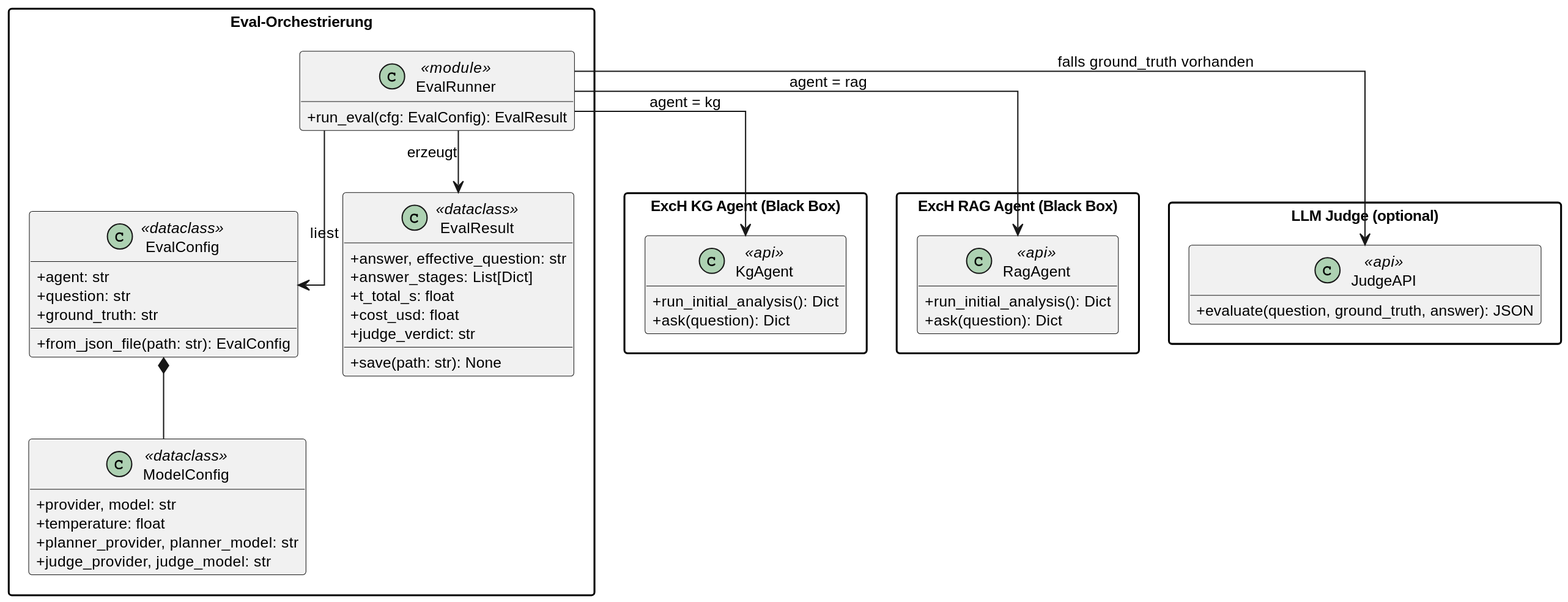
The PlantUML diagram out/UML-Diagrams/Evaluation/eval_overview_diagram/eval_overview_diagram.svg in verkal1999/Manufacturing-ExcH-Agents, before a commit. Source of this version:
```plantuml
@startuml
set namespaceSeparator none

skinparam classAttributeIconSize 0
skinparam packageStyle rectangle
skinparam shadowing false
skinparam linetype ortho
skinparam dpi 140
skinparam ranksep 50
skinparam nodesep 36
skinparam DefaultFontSize 12
skinparam packageTitleFontSize 13
skinparam classFontSize 12
hide empty members
top to bottom direction
scale max 1400 width


package "Eval-Orchestrierung" {

  class ModelConfig <<dataclass>> {
    +provider, model: str
    +temperature: float
    +planner_provider, planner_model: str
    +judge_provider, judge_model: str
  }
  class EvalConfig <<dataclass>> {
    +agent: str
    +question: str
    +ground_truth: str
    +from_json_file(path: str): EvalConfig
  }

  class EvalRunner <<module>> {
    +run_eval(cfg: EvalConfig): EvalResult
  }

  class EvalResult <<dataclass>> {
    +answer, effective_question: str
    +answer_stages: List[Dict]
    +t_total_s: float
    +cost_usd: float
    +judge_verdict: str
    +save(path: str): None
  }

  EvalConfig *-- ModelConfig
  EvalRunner --> EvalConfig : liest
  EvalRunner --> EvalResult : erzeugt
}

package "ExcH KG Agent (Black Box)" {
  class KgAgent <<api>> {
    +run_initial_analysis(): Dict
    +ask(question): Dict
  }
}

package "ExcH RAG Agent (Black Box)" {
  class RagAgent <<api>> {
    +run_initial_analysis(): Dict
    +ask(question): Dict
  }
}

package "LLM Judge (optional)" {
  class JudgeAPI <<api>> {
    +evaluate(question, ground_truth, answer): JSON
  }
}

EvalRunner --> KgAgent : agent = kg
EvalRunner --> RagAgent : agent = rag
EvalRunner --> JudgeAPI : falls ground_truth vorhanden
@enduml
```
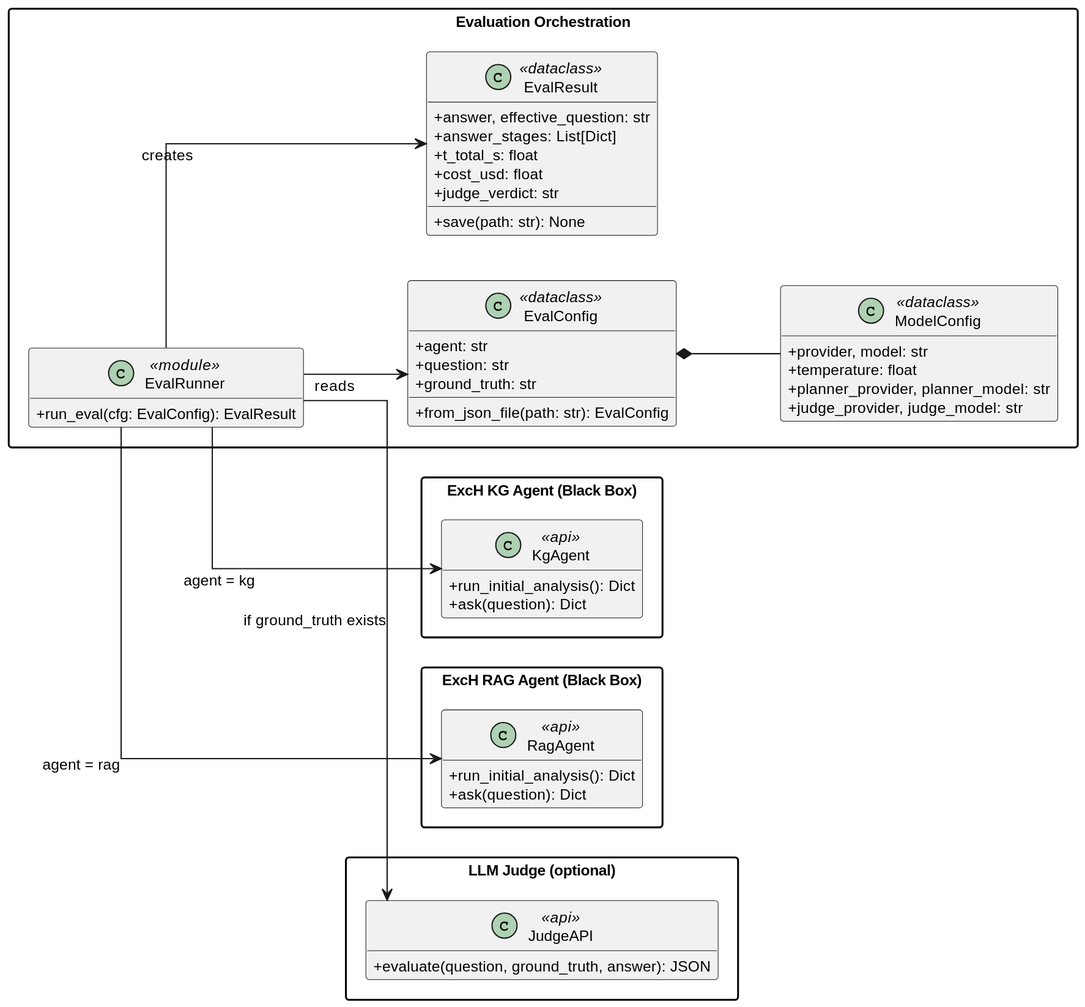
Later version of the same file.

The edit, as a diff of the source:
```diff
@@ -12,11 +12,11 @@
 skinparam packageTitleFontSize 13
 skinparam classFontSize 12
 hide empty members
-top to bottom direction
+left to right direction
 scale max 1400 width
 
 
-package "Eval-Orchestrierung" {
+package "Evaluation Orchestration" {
 
   class ModelConfig <<dataclass>> {
     +provider, model: str
@@ -45,8 +45,8 @@
   }
 
   EvalConfig *-- ModelConfig
-  EvalRunner --> EvalConfig : liest
-  EvalRunner --> EvalResult : erzeugt
+  EvalRunner --> EvalConfig : reads
+  EvalRunner --> EvalResult : creates
 }
 
 package "ExcH KG Agent (Black Box)" {
@@ -71,5 +71,5 @@
 
 EvalRunner --> KgAgent : agent = kg
 EvalRunner --> RagAgent : agent = rag
-EvalRunner --> JudgeAPI : falls ground_truth vorhanden
+EvalRunner --> JudgeAPI : if ground_truth exists
 @enduml
```
